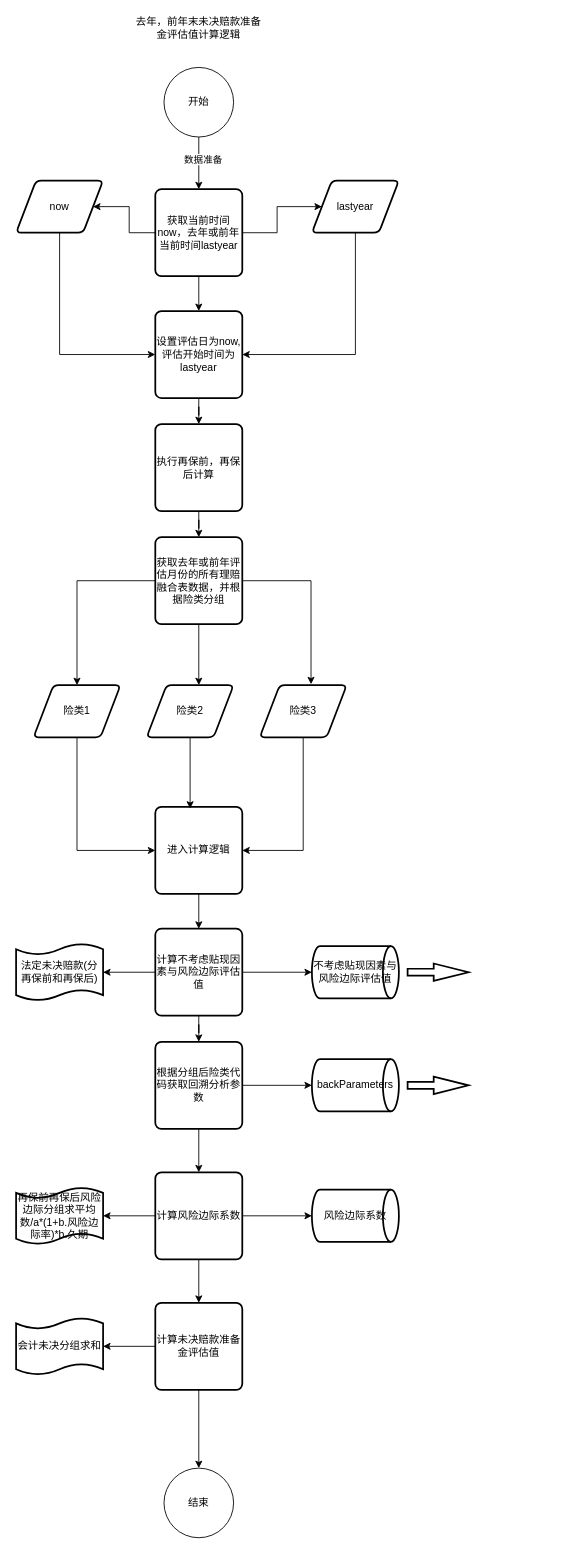
This is 回溯分析报表去年前年末赔款准备金评估值计算.drawio from zp17762835004/e-commerce, a draw.io file, before an edit. Source tidied: cells renumbered, new cells numbered last; positions are measured from the earlier drawing's top-left corner, leaving out a move shared by most shapes. Both pictures are drawn from the tidied source at 87%, with x=0, y=0 at pixel (16, 15).
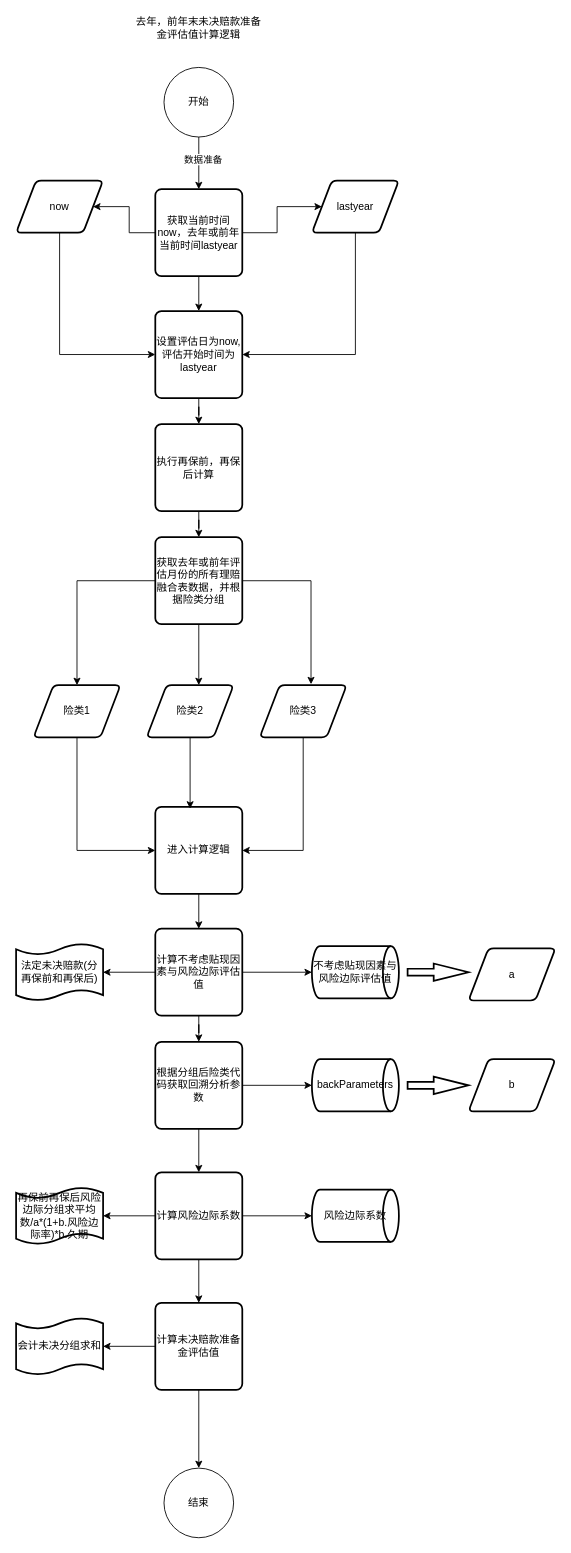
The same diagram, later.

Commit message (it also covers changes not shown here):
更新回溯分析报表去年前年末赔款准备金评估值计算.drawio

The edit, as a diff of the source:
```diff
@@
+    <mxCell id="53" value="a" style="shape=parallelogram;html=1;strokeWidth=2;perimeter=parallelogramPerimeter;whiteSpace=wrap;rounded=1;arcSize=12;size=0.23;" parent="1" vertex="1">
+      <mxGeometry x="520" y="1072.5" width="100" height="60" as="geometry" />
+    </mxCell>
+    <mxCell id="54" value="b" style="shape=parallelogram;html=1;strokeWidth=2;perimeter=parallelogramPerimeter;whiteSpace=wrap;rounded=1;arcSize=12;size=0.23;" parent="1" vertex="1">
+      <mxGeometry x="520" y="1200" width="100" height="60" as="geometry" />
+    </mxCell>
```
